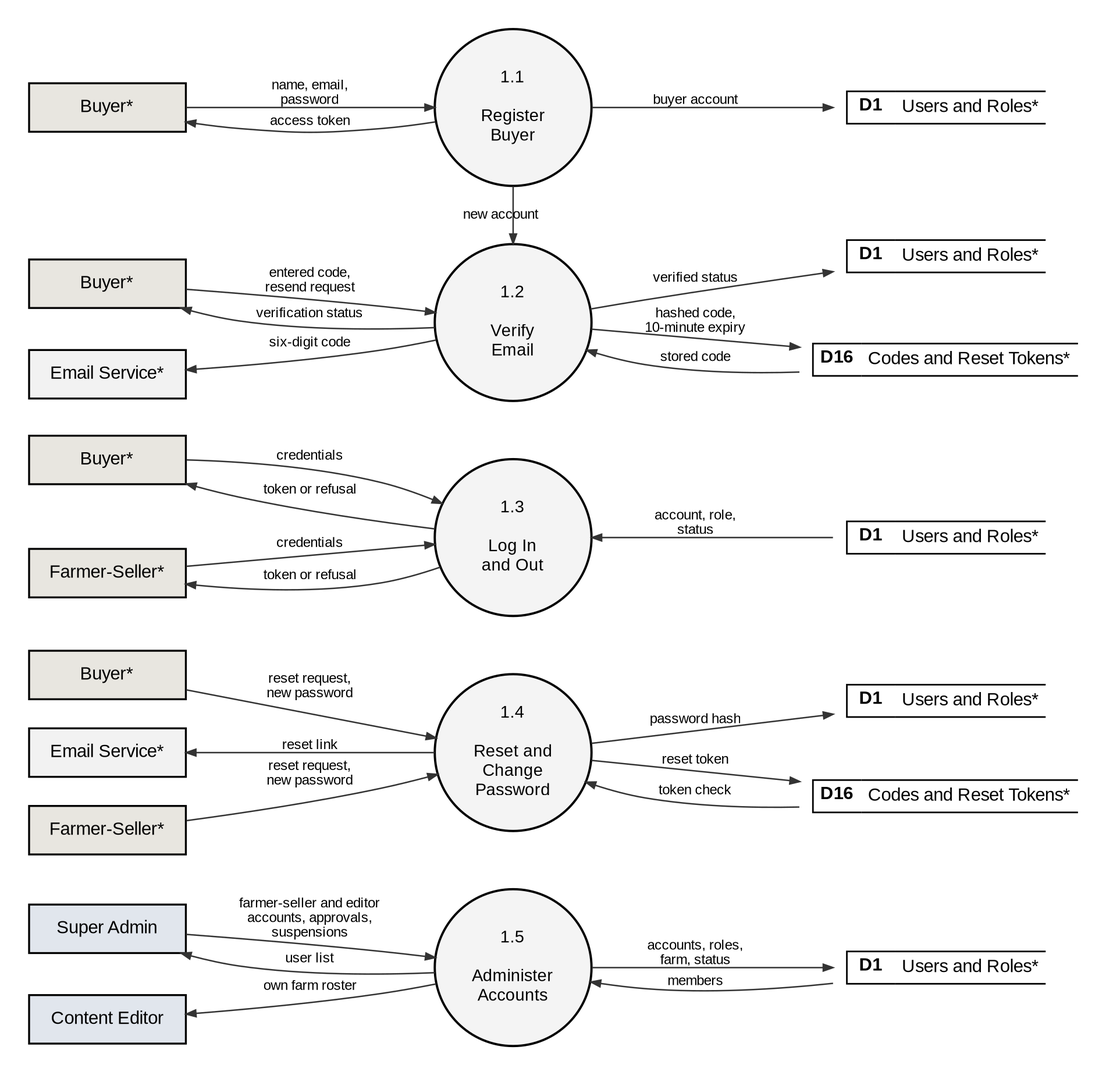
Before: docs/manuscript/figures/fig6_2_1_dfd_level2.png, a diagram exported from Graphviz (shawncastaneda11-commits/anihow-backend). Its source is kept beside it as docs/manuscript/figures/src/fig6_2_1_dfd_level2.dot.
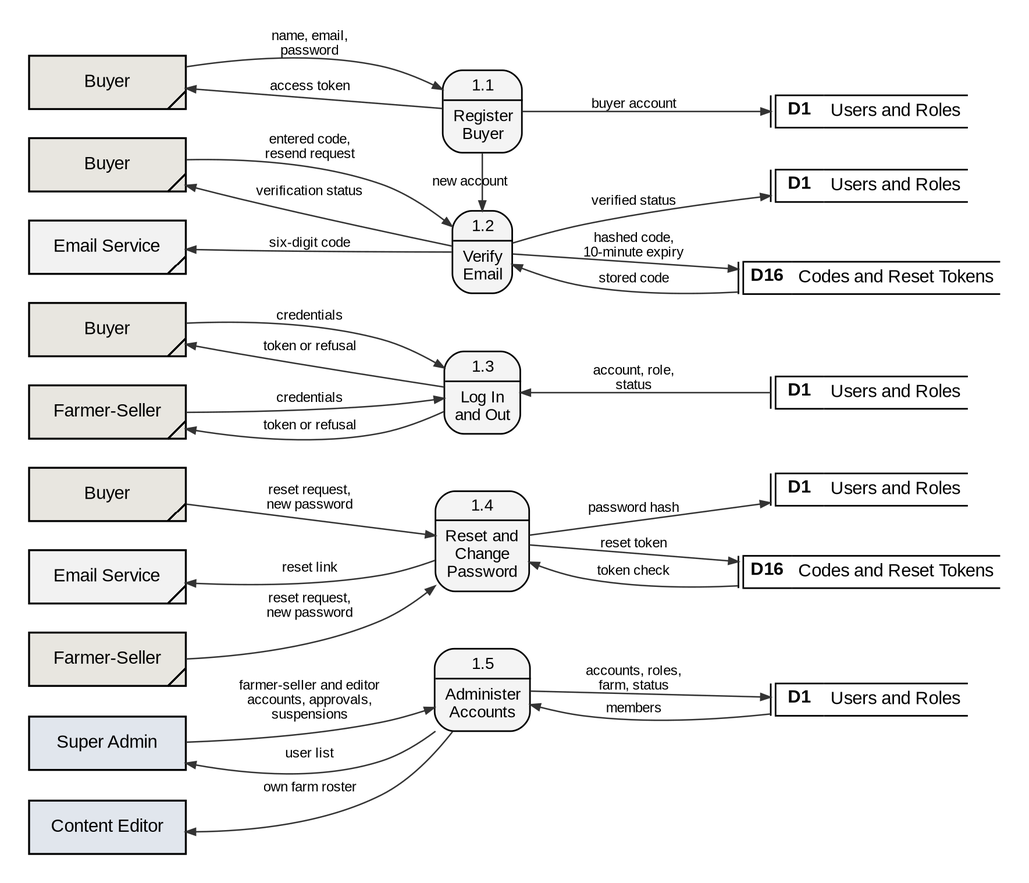
The same diagram one commit later.

Change to the diagram source:
```diff
@@ -2,28 +2,28 @@
   graph [rankdir=LR, nodesep=0.25, ranksep=0.9, pad=0.25, fontname="Liberation Sans", newrank=true];
   node  [fontname="Liberation Sans", fontsize=11];
   edge  [penwidth=0.9, arrowsize=0.6, color="#333333", fontname="Liberation Sans", fontsize=8.5];
-  q1a [shape=circle, style=filled, fillcolor="#F4F4F4", penwidth=1.4, fixedsize=true, width=1.35, fontsize=10.5, label="1.1\n\nRegister\nBuyer"];
-  by_q1a [shape=box, style=filled, fillcolor="#E8E6E0", penwidth=1.2, width=1.35, height=0.42, label="Buyer*"];
-  D1_q1a [shape=plaintext, label=<<TABLE BORDER="0" CELLBORDER="1" CELLSPACING="0" CELLPADDING="3"><TR><TD SIDES="TBL" WIDTH="30"><B>D1</B></TD><TD SIDES="TB" ALIGN="LEFT">Users and Roles*</TD></TR></TABLE>>];
-  q1b [shape=circle, style=filled, fillcolor="#F4F4F4", penwidth=1.4, fixedsize=true, width=1.35, fontsize=10.5, label="1.2\n\nVerify\nEmail"];
-  by_q1b [shape=box, style=filled, fillcolor="#E8E6E0", penwidth=1.2, width=1.35, height=0.42, label="Buyer*"];
-  D1_q1b [shape=plaintext, label=<<TABLE BORDER="0" CELLBORDER="1" CELLSPACING="0" CELLPADDING="3"><TR><TD SIDES="TBL" WIDTH="30"><B>D1</B></TD><TD SIDES="TB" ALIGN="LEFT">Users and Roles*</TD></TR></TABLE>>];
-  D16_q1b [shape=plaintext, label=<<TABLE BORDER="0" CELLBORDER="1" CELLSPACING="0" CELLPADDING="3"><TR><TD SIDES="TBL" WIDTH="30"><B>D16</B></TD><TD SIDES="TB" ALIGN="LEFT">Codes and Reset Tokens*</TD></TR></TABLE>>];
-  em_q1b [shape=box, style=filled, fillcolor="#F2F2F2", penwidth=1.2, width=1.35, height=0.42, label="Email Service*"];
-  q1c [shape=circle, style=filled, fillcolor="#F4F4F4", penwidth=1.4, fixedsize=true, width=1.35, fontsize=10.5, label="1.3\n\nLog In\nand Out"];
-  by_q1c [shape=box, style=filled, fillcolor="#E8E6E0", penwidth=1.2, width=1.35, height=0.42, label="Buyer*"];
-  D1_q1c [shape=plaintext, label=<<TABLE BORDER="0" CELLBORDER="1" CELLSPACING="0" CELLPADDING="3"><TR><TD SIDES="TBL" WIDTH="30"><B>D1</B></TD><TD SIDES="TB" ALIGN="LEFT">Users and Roles*</TD></TR></TABLE>>];
-  fs_q1c [shape=box, style=filled, fillcolor="#E8E6E0", penwidth=1.2, width=1.35, height=0.42, label="Farmer-Seller*"];
-  q1d [shape=circle, style=filled, fillcolor="#F4F4F4", penwidth=1.4, fixedsize=true, width=1.35, fontsize=10.5, label="1.4\n\nReset and\nChange\nPassword"];
-  by_q1d [shape=box, style=filled, fillcolor="#E8E6E0", penwidth=1.2, width=1.35, height=0.42, label="Buyer*"];
-  D1_q1d [shape=plaintext, label=<<TABLE BORDER="0" CELLBORDER="1" CELLSPACING="0" CELLPADDING="3"><TR><TD SIDES="TBL" WIDTH="30"><B>D1</B></TD><TD SIDES="TB" ALIGN="LEFT">Users and Roles*</TD></TR></TABLE>>];
-  D16_q1d [shape=plaintext, label=<<TABLE BORDER="0" CELLBORDER="1" CELLSPACING="0" CELLPADDING="3"><TR><TD SIDES="TBL" WIDTH="30"><B>D16</B></TD><TD SIDES="TB" ALIGN="LEFT">Codes and Reset Tokens*</TD></TR></TABLE>>];
-  em_q1d [shape=box, style=filled, fillcolor="#F2F2F2", penwidth=1.2, width=1.35, height=0.42, label="Email Service*"];
-  fs_q1d [shape=box, style=filled, fillcolor="#E8E6E0", penwidth=1.2, width=1.35, height=0.42, label="Farmer-Seller*"];
-  q1e [shape=circle, style=filled, fillcolor="#F4F4F4", penwidth=1.4, fixedsize=true, width=1.35, fontsize=10.5, label="1.5\n\nAdminister\nAccounts"];
-  D1_q1e [shape=plaintext, label=<<TABLE BORDER="0" CELLBORDER="1" CELLSPACING="0" CELLPADDING="3"><TR><TD SIDES="TBL" WIDTH="30"><B>D1</B></TD><TD SIDES="TB" ALIGN="LEFT">Users and Roles*</TD></TR></TABLE>>];
-  sa_q1e [shape=box, style=filled, fillcolor="#E1E6ED", penwidth=1.2, width=1.35, height=0.42, label="Super Admin"];
-  ce_q1e [shape=box, style=filled, fillcolor="#E1E6ED", penwidth=1.2, width=1.35, height=0.42, label="Content Editor"];
+  q1a [shape=plaintext, margin=0, width=0, height=0, label=<<TABLE STYLE="ROUNDED" BORDER="1" CELLBORDER="0" CELLSPACING="0" CELLPADDING="3" BGCOLOR="#F4F4F4"><TR><TD><FONT POINT-SIZE="10.5">1.1</FONT></TD></TR><HR/><TR><TD CELLPADDING="5"><FONT POINT-SIZE="10.5">Register<BR/>Buyer</FONT></TD></TR></TABLE>>];
+  by_q1a [shape=box, style=filled, fillcolor="#E8E6E0", penwidth=1.2, width=1.35, height=0.46, label="Buyer", comment="gsdup"];
+  D1_q1a [shape=plaintext, margin=0, width=0, height=0, label=<<TABLE BORDER="0" CELLBORDER="1" CELLSPACING="0" CELLPADDING="3"><TR><TD SIDES="L" WIDTH="3" CELLPADDING="0"></TD><TD SIDES="TBL" WIDTH="30"><B>D1</B></TD><TD SIDES="TB" ALIGN="LEFT">Users and Roles</TD></TR></TABLE>>];
+  q1b [shape=plaintext, margin=0, width=0, height=0, label=<<TABLE STYLE="ROUNDED" BORDER="1" CELLBORDER="0" CELLSPACING="0" CELLPADDING="3" BGCOLOR="#F4F4F4"><TR><TD><FONT POINT-SIZE="10.5">1.2</FONT></TD></TR><HR/><TR><TD CELLPADDING="5"><FONT POINT-SIZE="10.5">Verify<BR/>Email</FONT></TD></TR></TABLE>>];
+  by_q1b [shape=box, style=filled, fillcolor="#E8E6E0", penwidth=1.2, width=1.35, height=0.46, label="Buyer", comment="gsdup"];
+  D1_q1b [shape=plaintext, margin=0, width=0, height=0, label=<<TABLE BORDER="0" CELLBORDER="1" CELLSPACING="0" CELLPADDING="3"><TR><TD SIDES="L" WIDTH="3" CELLPADDING="0"></TD><TD SIDES="TBL" WIDTH="30"><B>D1</B></TD><TD SIDES="TB" ALIGN="LEFT">Users and Roles</TD></TR></TABLE>>];
+  D16_q1b [shape=plaintext, margin=0, width=0, height=0, label=<<TABLE BORDER="0" CELLBORDER="1" CELLSPACING="0" CELLPADDING="3"><TR><TD SIDES="L" WIDTH="3" CELLPADDING="0"></TD><TD SIDES="TBL" WIDTH="30"><B>D16</B></TD><TD SIDES="TB" ALIGN="LEFT">Codes and Reset Tokens</TD></TR></TABLE>>];
+  em_q1b [shape=box, style=filled, fillcolor="#F2F2F2", penwidth=1.2, width=1.35, height=0.46, label="Email Service", comment="gsdup"];
+  q1c [shape=plaintext, margin=0, width=0, height=0, label=<<TABLE STYLE="ROUNDED" BORDER="1" CELLBORDER="0" CELLSPACING="0" CELLPADDING="3" BGCOLOR="#F4F4F4"><TR><TD><FONT POINT-SIZE="10.5">1.3</FONT></TD></TR><HR/><TR><TD CELLPADDING="5"><FONT POINT-SIZE="10.5">Log In<BR/>and Out</FONT></TD></TR></TABLE>>];
+  by_q1c [shape=box, style=filled, fillcolor="#E8E6E0", penwidth=1.2, width=1.35, height=0.46, label="Buyer", comment="gsdup"];
+  D1_q1c [shape=plaintext, margin=0, width=0, height=0, label=<<TABLE BORDER="0" CELLBORDER="1" CELLSPACING="0" CELLPADDING="3"><TR><TD SIDES="L" WIDTH="3" CELLPADDING="0"></TD><TD SIDES="TBL" WIDTH="30"><B>D1</B></TD><TD SIDES="TB" ALIGN="LEFT">Users and Roles</TD></TR></TABLE>>];
+  fs_q1c [shape=box, style=filled, fillcolor="#E8E6E0", penwidth=1.2, width=1.35, height=0.46, label="Farmer-Seller", comment="gsdup"];
+  q1d [shape=plaintext, margin=0, width=0, height=0, label=<<TABLE STYLE="ROUNDED" BORDER="1" CELLBORDER="0" CELLSPACING="0" CELLPADDING="3" BGCOLOR="#F4F4F4"><TR><TD><FONT POINT-SIZE="10.5">1.4</FONT></TD></TR><HR/><TR><TD CELLPADDING="5"><FONT POINT-SIZE="10.5">Reset and<BR/>Change<BR/>Password</FONT></TD></TR></TABLE>>];
+  by_q1d [shape=box, style=filled, fillcolor="#E8E6E0", penwidth=1.2, width=1.35, height=0.46, label="Buyer", comment="gsdup"];
+  D1_q1d [shape=plaintext, margin=0, width=0, height=0, label=<<TABLE BORDER="0" CELLBORDER="1" CELLSPACING="0" CELLPADDING="3"><TR><TD SIDES="L" WIDTH="3" CELLPADDING="0"></TD><TD SIDES="TBL" WIDTH="30"><B>D1</B></TD><TD SIDES="TB" ALIGN="LEFT">Users and Roles</TD></TR></TABLE>>];
+  D16_q1d [shape=plaintext, margin=0, width=0, height=0, label=<<TABLE BORDER="0" CELLBORDER="1" CELLSPACING="0" CELLPADDING="3"><TR><TD SIDES="L" WIDTH="3" CELLPADDING="0"></TD><TD SIDES="TBL" WIDTH="30"><B>D16</B></TD><TD SIDES="TB" ALIGN="LEFT">Codes and Reset Tokens</TD></TR></TABLE>>];
+  em_q1d [shape=box, style=filled, fillcolor="#F2F2F2", penwidth=1.2, width=1.35, height=0.46, label="Email Service", comment="gsdup"];
+  fs_q1d [shape=box, style=filled, fillcolor="#E8E6E0", penwidth=1.2, width=1.35, height=0.46, label="Farmer-Seller", comment="gsdup"];
+  q1e [shape=plaintext, margin=0, width=0, height=0, label=<<TABLE STYLE="ROUNDED" BORDER="1" CELLBORDER="0" CELLSPACING="0" CELLPADDING="3" BGCOLOR="#F4F4F4"><TR><TD><FONT POINT-SIZE="10.5">1.5</FONT></TD></TR><HR/><TR><TD CELLPADDING="5"><FONT POINT-SIZE="10.5">Administer<BR/>Accounts</FONT></TD></TR></TABLE>>];
+  D1_q1e [shape=plaintext, margin=0, width=0, height=0, label=<<TABLE BORDER="0" CELLBORDER="1" CELLSPACING="0" CELLPADDING="3"><TR><TD SIDES="L" WIDTH="3" CELLPADDING="0"></TD><TD SIDES="TBL" WIDTH="30"><B>D1</B></TD><TD SIDES="TB" ALIGN="LEFT">Users and Roles</TD></TR></TABLE>>];
+  sa_q1e [shape=box, style=filled, fillcolor="#E1E6ED", penwidth=1.2, width=1.35, height=0.46, label="Super Admin"];
+  ce_q1e [shape=box, style=filled, fillcolor="#E1E6ED", penwidth=1.2, width=1.35, height=0.46, label="Content Editor"];
   by_q1a -> q1a [label="name, email,\npassword"];
   q1a -> D1_q1a [label="buyer account"];
   by_q1a -> q1a [label="access token", dir=back];
```
